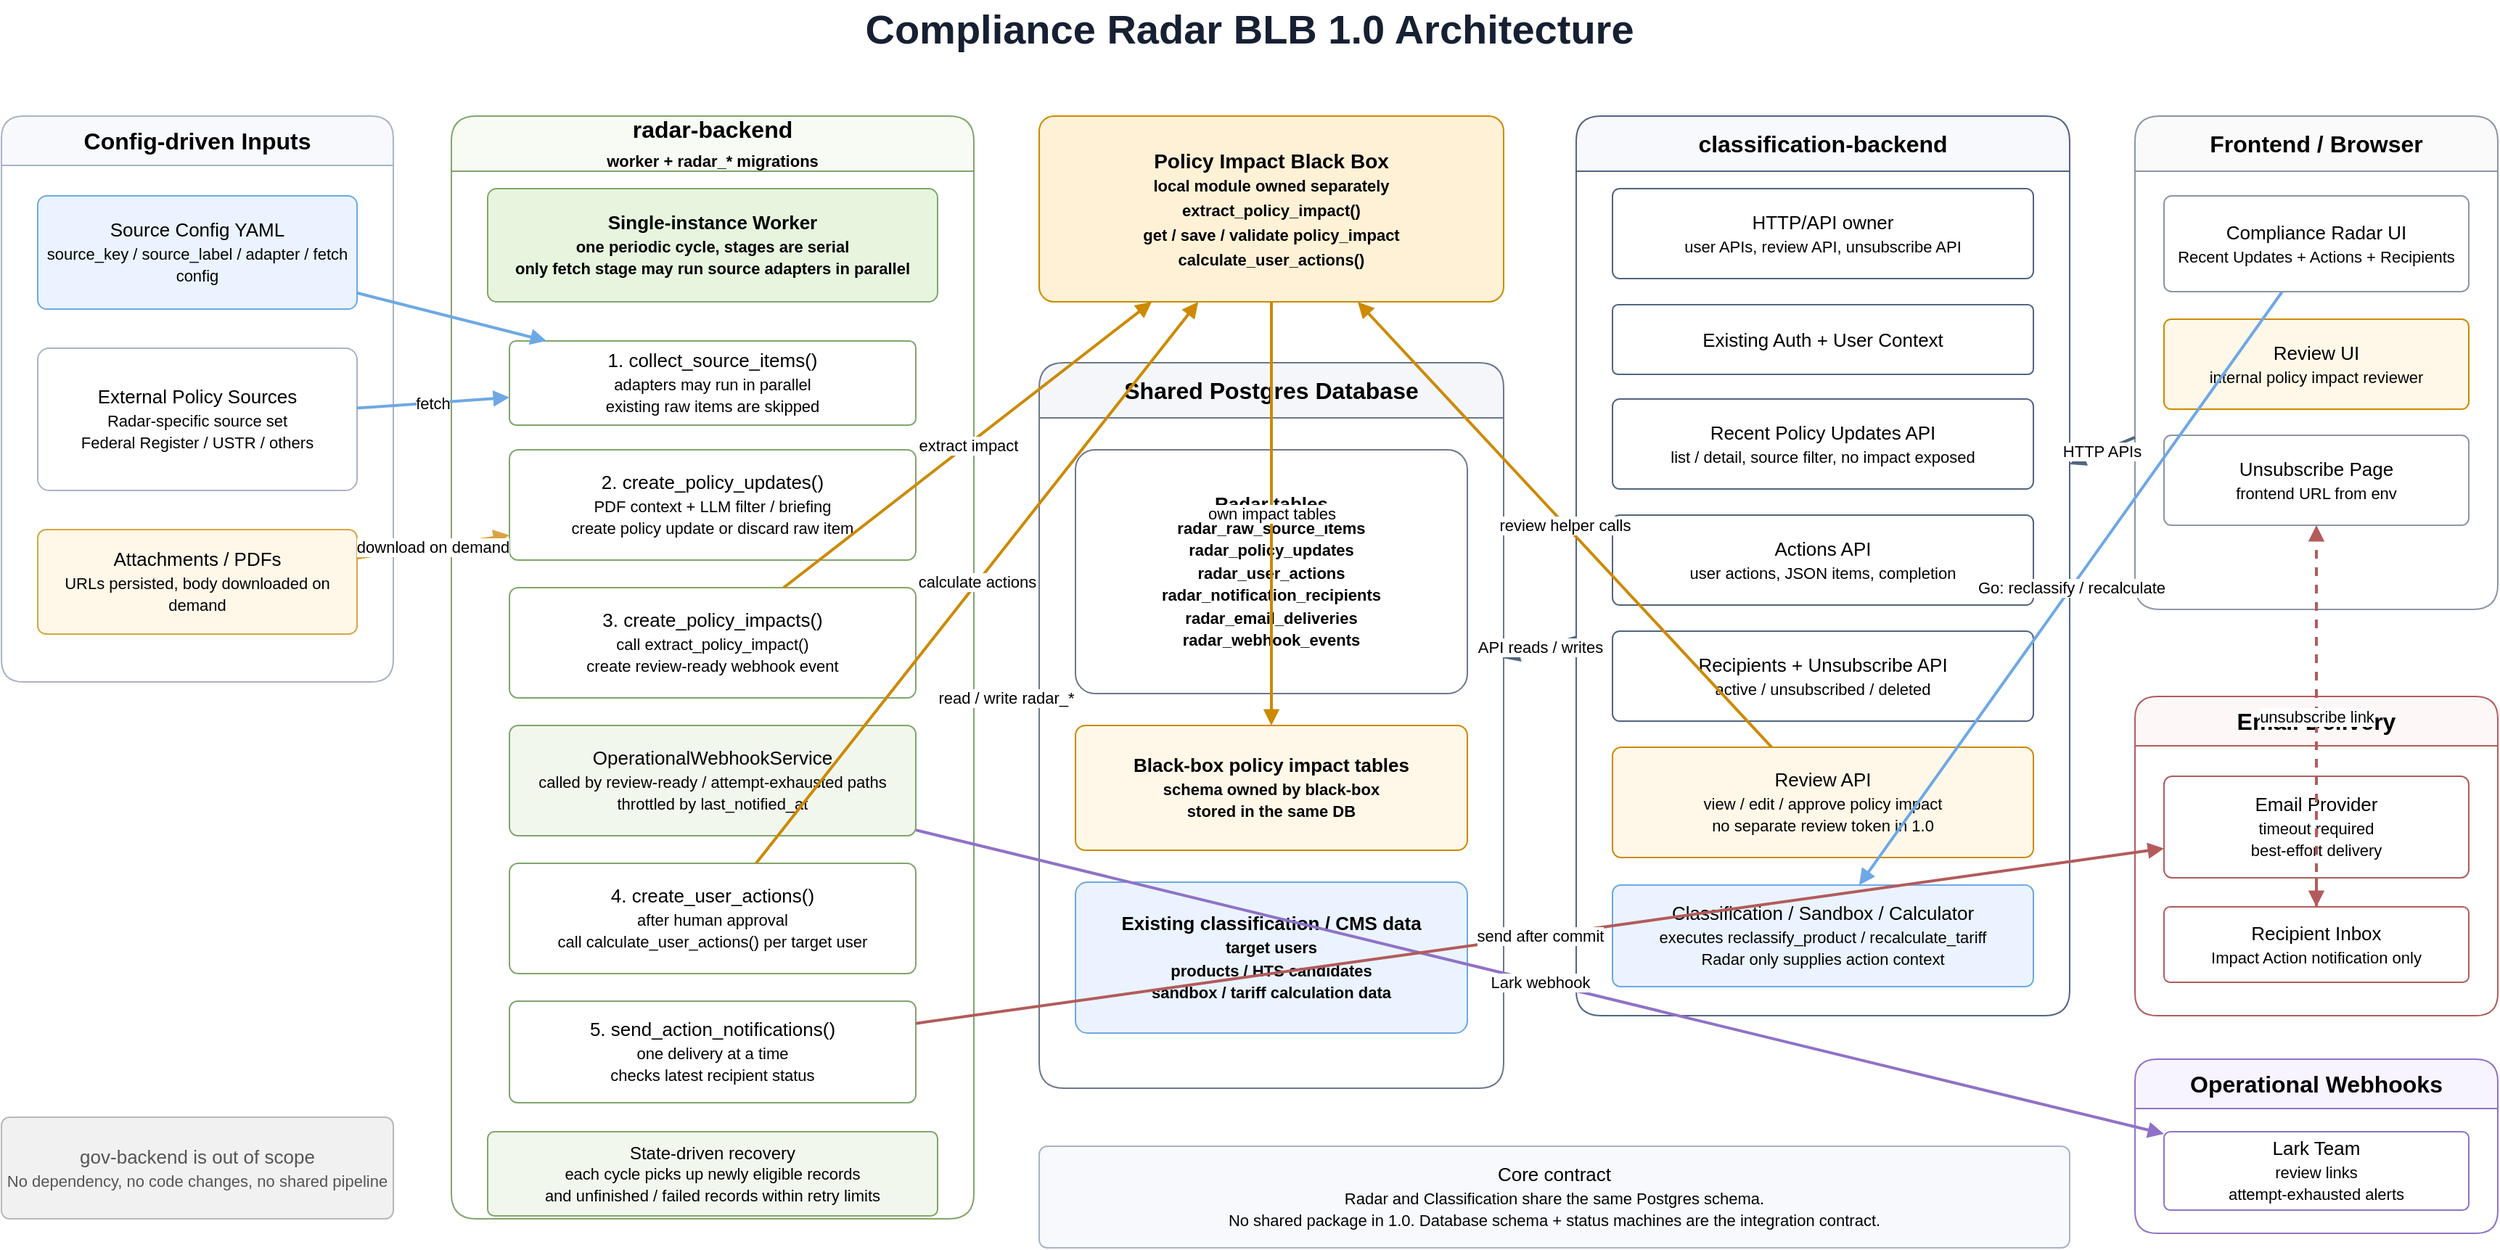
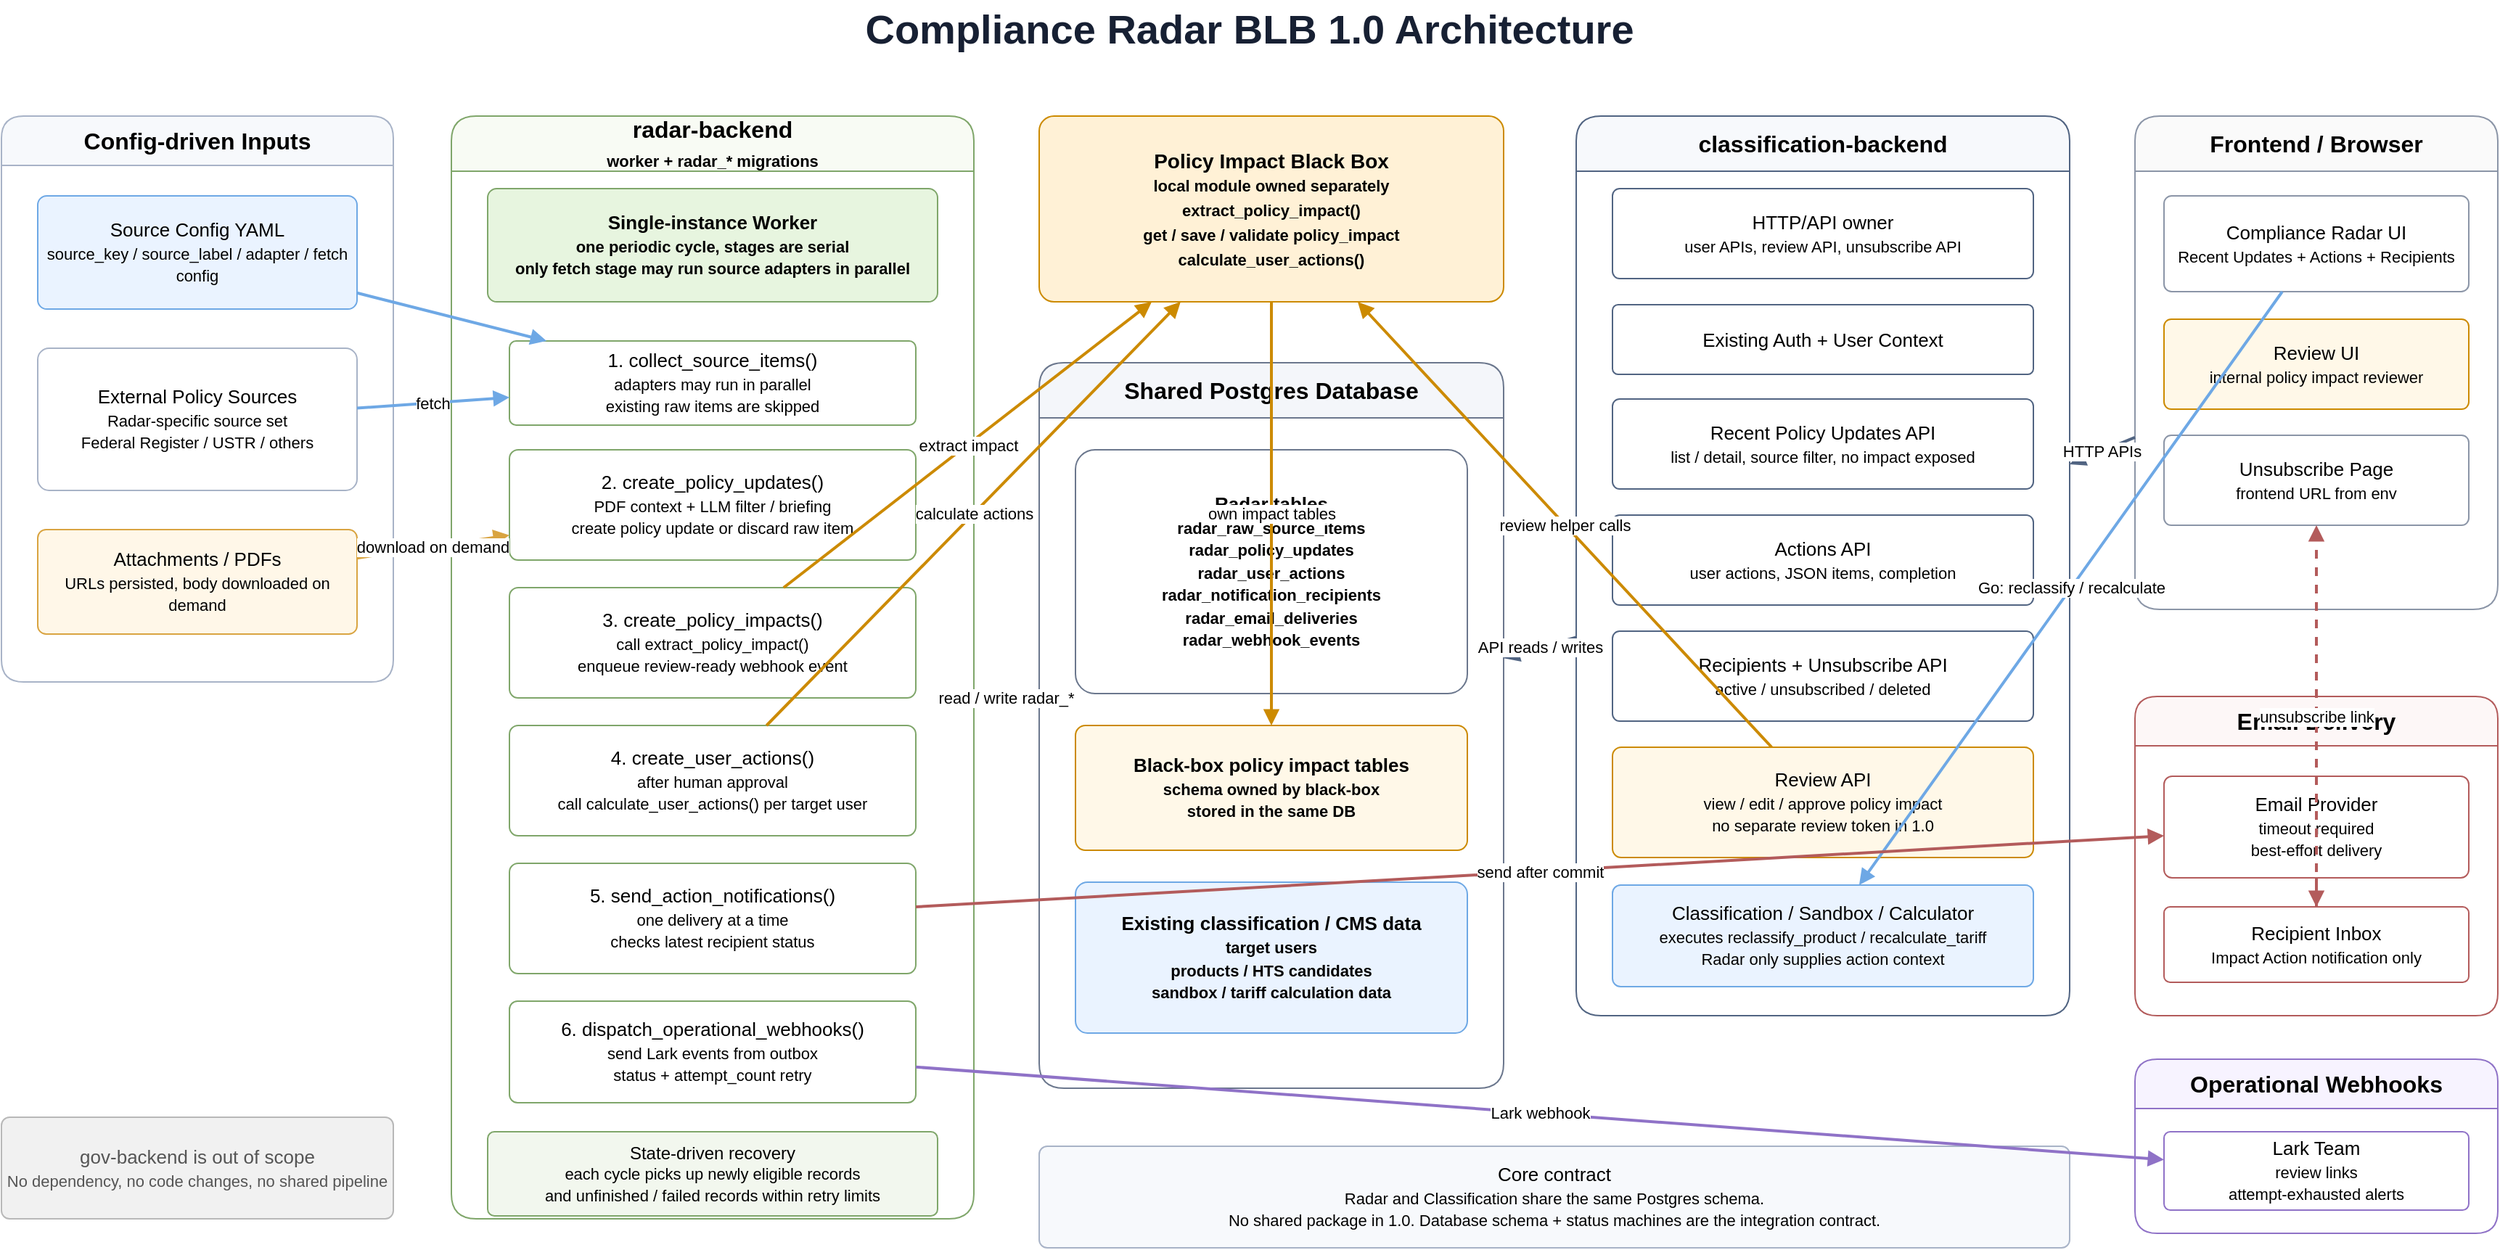
<mxfile host="app.diagrams.net" modified="2026-05-12T00:00:00.000Z" agent="Codex" version="24.7.17" type="device">
  <diagram id="compliance-radar-architecture" name="Compliance Radar Architecture">
    <mxGraphModel dx="1800" dy="1100" grid="1" gridSize="10" guides="1" tooltips="1" connect="1" arrows="1" fold="1" page="1" pageScale="1" pageWidth="1800" pageHeight="1100" math="0" shadow="0">
      <root>
        <mxCell id="0" />
        <mxCell id="1" parent="0" />

        <mxCell id="title" value="Compliance Radar BLB 1.0 Architecture" style="text;html=1;strokeColor=none;fillColor=none;align=center;verticalAlign=middle;whiteSpace=wrap;rounded=0;fontSize=28;fontStyle=1;fontColor=#172033;" vertex="1" parent="1">
          <mxGeometry x="40" y="20" width="1720" height="40" as="geometry" />
        </mxCell>

        <mxCell id="sourcesContainer" value="Config-driven Inputs" style="swimlane;html=1;startSize=34;rounded=1;whiteSpace=wrap;fillColor=#F7F9FC;strokeColor=#A8B3C7;fontSize=16;fontStyle=1;" vertex="1" parent="1">
          <mxGeometry x="40" y="100" width="270" height="390" as="geometry" />
        </mxCell>
        <mxCell id="sourceConfig" value="Source Config YAML&lt;br&gt;&lt;font style=&quot;font-size: 11px;&quot;&gt;source_key / source_label / adapter / fetch config&lt;/font&gt;" style="rounded=1;whiteSpace=wrap;html=1;arcSize=8;fillColor=#EAF3FF;strokeColor=#6EA8E5;fontSize=13;" vertex="1" parent="1">
          <mxGeometry x="65" y="155" width="220" height="78" as="geometry" />
        </mxCell>
        <mxCell id="externalSources" value="External Policy Sources&lt;br&gt;&lt;font style=&quot;font-size: 11px;&quot;&gt;Radar-specific source set&lt;br&gt;Federal Register / USTR / others&lt;/font&gt;" style="rounded=1;whiteSpace=wrap;html=1;arcSize=8;fillColor=#FFFFFF;strokeColor=#A8B3C7;fontSize=13;" vertex="1" parent="1">
          <mxGeometry x="65" y="260" width="220" height="98" as="geometry" />
        </mxCell>
        <mxCell id="attachments" value="Attachments / PDFs&lt;br&gt;&lt;font style=&quot;font-size: 11px;&quot;&gt;URLs persisted, body downloaded on demand&lt;/font&gt;" style="rounded=1;whiteSpace=wrap;html=1;arcSize=8;fillColor=#FFF7E8;strokeColor=#D9A441;fontSize=13;" vertex="1" parent="1">
          <mxGeometry x="65" y="385" width="220" height="72" as="geometry" />
        </mxCell>

        <mxCell id="radarContainer" value="radar-backend&lt;br&gt;&lt;font style=&quot;font-size: 11px;&quot;&gt;worker + radar_* migrations&lt;/font&gt;" style="swimlane;html=1;startSize=38;rounded=1;whiteSpace=wrap;fillColor=#F8FBF4;strokeColor=#7FA66A;fontSize=16;fontStyle=1;" vertex="1" parent="1">
          <mxGeometry x="350" y="100" width="360" height="760" as="geometry" />
        </mxCell>
        <mxCell id="singleWorker" value="Single-instance Worker&lt;br&gt;&lt;font style=&quot;font-size: 11px;&quot;&gt;one periodic cycle, stages are serial&lt;br&gt;only fetch stage may run source adapters in parallel&lt;/font&gt;" style="rounded=1;whiteSpace=wrap;html=1;arcSize=8;fillColor=#E7F5DF;strokeColor=#7FA66A;fontSize=13;fontStyle=1;" vertex="1" parent="1">
          <mxGeometry x="375" y="150" width="310" height="78" as="geometry" />
        </mxCell>
        <mxCell id="stageFetch" value="1. collect_source_items()&lt;br&gt;&lt;font style=&quot;font-size: 11px;&quot;&gt;adapters may run in parallel&lt;br&gt;existing raw items are skipped&lt;/font&gt;" style="rounded=1;whiteSpace=wrap;html=1;arcSize=8;fillColor=#FFFFFF;strokeColor=#7FA66A;fontSize=13;" vertex="1" parent="1">
          <mxGeometry x="390" y="255" width="280" height="58" as="geometry" />
        </mxCell>
        <mxCell id="stagePolicyUpdates" value="2. create_policy_updates()&lt;br&gt;&lt;font style=&quot;font-size: 11px;&quot;&gt;PDF context + LLM filter / briefing&lt;br&gt;create policy update or discard raw item&lt;/font&gt;" style="rounded=1;whiteSpace=wrap;html=1;arcSize=8;fillColor=#FFFFFF;strokeColor=#7FA66A;fontSize=13;" vertex="1" parent="1">
          <mxGeometry x="390" y="330" width="280" height="76" as="geometry" />
        </mxCell>
-         <mxCell id="stageImpacts" value="3. create_policy_impacts()&lt;br&gt;&lt;font style=&quot;font-size: 11px;&quot;&gt;call extract_policy_impact()&lt;br&gt;create review-ready webhook event&lt;/font&gt;" style="rounded=1;whiteSpace=wrap;html=1;arcSize=8;fillColor=#FFFFFF;strokeColor=#7FA66A;fontSize=13;" vertex="1" parent="1">
+         <mxCell id="stageImpacts" value="3. create_policy_impacts()&lt;br&gt;&lt;font style=&quot;font-size: 11px;&quot;&gt;call extract_policy_impact()&lt;br&gt;enqueue review-ready webhook event&lt;/font&gt;" style="rounded=1;whiteSpace=wrap;html=1;arcSize=8;fillColor=#FFFFFF;strokeColor=#7FA66A;fontSize=13;" vertex="1" parent="1">
          <mxGeometry x="390" y="425" width="280" height="76" as="geometry" />
        </mxCell>
-         <mxCell id="stageWebhooks" value="OperationalWebhookService&lt;br&gt;&lt;font style=&quot;font-size: 11px;&quot;&gt;called by review-ready / attempt-exhausted paths&lt;br&gt;throttled by last_notified_at&lt;/font&gt;" style="rounded=1;whiteSpace=wrap;html=1;arcSize=8;fillColor=#F2F7EE;strokeColor=#7FA66A;fontSize=13;" vertex="1" parent="1">
+         <mxCell id="stageActions" value="4. create_user_actions()&lt;br&gt;&lt;font style=&quot;font-size: 11px;&quot;&gt;after human approval&lt;br&gt;call calculate_user_actions() per target user&lt;/font&gt;" style="rounded=1;whiteSpace=wrap;html=1;arcSize=8;fillColor=#FFFFFF;strokeColor=#7FA66A;fontSize=13;" vertex="1" parent="1">
          <mxGeometry x="390" y="520" width="280" height="76" as="geometry" />
        </mxCell>
-         <mxCell id="stageActions" value="4. create_user_actions()&lt;br&gt;&lt;font style=&quot;font-size: 11px;&quot;&gt;after human approval&lt;br&gt;call calculate_user_actions() per target user&lt;/font&gt;" style="rounded=1;whiteSpace=wrap;html=1;arcSize=8;fillColor=#FFFFFF;strokeColor=#7FA66A;fontSize=13;" vertex="1" parent="1">
+         <mxCell id="stageEmail" value="5. send_action_notifications()&lt;br&gt;&lt;font style=&quot;font-size: 11px;&quot;&gt;one delivery at a time&lt;br&gt;checks latest recipient status&lt;/font&gt;" style="rounded=1;whiteSpace=wrap;html=1;arcSize=8;fillColor=#FFFFFF;strokeColor=#7FA66A;fontSize=13;" vertex="1" parent="1">
          <mxGeometry x="390" y="615" width="280" height="76" as="geometry" />
        </mxCell>
-         <mxCell id="stageEmail" value="5. send_action_notifications()&lt;br&gt;&lt;font style=&quot;font-size: 11px;&quot;&gt;one delivery at a time&lt;br&gt;checks latest recipient status&lt;/font&gt;" style="rounded=1;whiteSpace=wrap;html=1;arcSize=8;fillColor=#FFFFFF;strokeColor=#7FA66A;fontSize=13;" vertex="1" parent="1">
+         <mxCell id="stageWebhooks" value="6. dispatch_operational_webhooks()&lt;br&gt;&lt;font style=&quot;font-size: 11px;&quot;&gt;send Lark events from outbox&lt;br&gt;status + attempt_count retry&lt;/font&gt;" style="rounded=1;whiteSpace=wrap;html=1;arcSize=8;fillColor=#FFFFFF;strokeColor=#7FA66A;fontSize=13;" vertex="1" parent="1">
          <mxGeometry x="390" y="710" width="280" height="70" as="geometry" />
        </mxCell>
        <mxCell id="stateDrivenRecovery" value="State-driven recovery&lt;br&gt;&lt;font style=&quot;font-size: 11px;&quot;&gt;each cycle picks up newly eligible records&lt;br&gt;and unfinished / failed records within retry limits&lt;/font&gt;" style="rounded=1;whiteSpace=wrap;html=1;arcSize=8;fillColor=#F2F7EE;strokeColor=#7FA66A;fontSize=12;" vertex="1" parent="1">
          <mxGeometry x="375" y="800" width="310" height="58" as="geometry" />
        </mxCell>

        <mxCell id="blackbox" value="Policy Impact Black Box&lt;br&gt;&lt;font style=&quot;font-size: 11px;&quot;&gt;local module owned separately&lt;br&gt;extract_policy_impact()&lt;br&gt;get / save / validate policy_impact&lt;br&gt;calculate_user_actions()&lt;/font&gt;" style="rounded=1;whiteSpace=wrap;html=1;arcSize=8;fillColor=#FFF1D6;strokeColor=#CC8A00;fontSize=14;fontStyle=1;" vertex="1" parent="1">
          <mxGeometry x="755" y="100" width="320" height="128" as="geometry" />
        </mxCell>

        <mxCell id="dbContainer" value="Shared Postgres Database" style="swimlane;html=1;startSize=38;rounded=1;whiteSpace=wrap;fillColor=#F4F6FA;strokeColor=#6B778D;fontSize=16;fontStyle=1;" vertex="1" parent="1">
          <mxGeometry x="755" y="270" width="320" height="500" as="geometry" />
        </mxCell>
        <mxCell id="radarTables" value="Radar tables&lt;br&gt;&lt;font style=&quot;font-size: 11px;&quot;&gt;radar_raw_source_items&lt;br&gt;radar_policy_updates&lt;br&gt;radar_user_actions&lt;br&gt;radar_notification_recipients&lt;br&gt;radar_email_deliveries&lt;br&gt;radar_webhook_events&lt;/font&gt;" style="rounded=1;whiteSpace=wrap;html=1;arcSize=8;fillColor=#FFFFFF;strokeColor=#6B778D;fontSize=13;fontStyle=1;" vertex="1" parent="1">
          <mxGeometry x="780" y="330" width="270" height="168" as="geometry" />
        </mxCell>
        <mxCell id="impactTables" value="Black-box policy impact tables&lt;br&gt;&lt;font style=&quot;font-size: 11px;&quot;&gt;schema owned by black-box&lt;br&gt;stored in the same DB&lt;/font&gt;" style="rounded=1;whiteSpace=wrap;html=1;arcSize=8;fillColor=#FFF8E8;strokeColor=#CC8A00;fontSize=13;fontStyle=1;" vertex="1" parent="1">
          <mxGeometry x="780" y="520" width="270" height="86" as="geometry" />
        </mxCell>
        <mxCell id="classificationTables" value="Existing classification / CMS data&lt;br&gt;&lt;font style=&quot;font-size: 11px;&quot;&gt;target users&lt;br&gt;products / HTS candidates&lt;br&gt;sandbox / tariff calculation data&lt;/font&gt;" style="rounded=1;whiteSpace=wrap;html=1;arcSize=8;fillColor=#EAF3FF;strokeColor=#6EA8E5;fontSize=13;fontStyle=1;" vertex="1" parent="1">
          <mxGeometry x="780" y="628" width="270" height="104" as="geometry" />
        </mxCell>

        <mxCell id="classificationContainer" value="classification-backend" style="swimlane;html=1;startSize=38;rounded=1;whiteSpace=wrap;fillColor=#F7F9FC;strokeColor=#516482;fontSize=16;fontStyle=1;" vertex="1" parent="1">
          <mxGeometry x="1125" y="100" width="340" height="620" as="geometry" />
        </mxCell>
        <mxCell id="migrationOwner" value="HTTP/API owner&lt;br&gt;&lt;font style=&quot;font-size: 11px;&quot;&gt;user APIs, review API, unsubscribe API&lt;/font&gt;" style="rounded=1;whiteSpace=wrap;html=1;arcSize=8;fillColor=#FFFFFF;strokeColor=#516482;fontSize=13;" vertex="1" parent="1">
          <mxGeometry x="1150" y="150" width="290" height="62" as="geometry" />
        </mxCell>
        <mxCell id="authApi" value="Existing Auth + User Context" style="rounded=1;whiteSpace=wrap;html=1;arcSize=8;fillColor=#FFFFFF;strokeColor=#516482;fontSize=13;" vertex="1" parent="1">
          <mxGeometry x="1150" y="230" width="290" height="48" as="geometry" />
        </mxCell>
        <mxCell id="recentApi" value="Recent Policy Updates API&lt;br&gt;&lt;font style=&quot;font-size: 11px;&quot;&gt;list / detail, source filter, no impact exposed&lt;/font&gt;" style="rounded=1;whiteSpace=wrap;html=1;arcSize=8;fillColor=#FFFFFF;strokeColor=#516482;fontSize=13;" vertex="1" parent="1">
          <mxGeometry x="1150" y="295" width="290" height="62" as="geometry" />
        </mxCell>
        <mxCell id="actionApi" value="Actions API&lt;br&gt;&lt;font style=&quot;font-size: 11px;&quot;&gt;user actions, JSON items, completion&lt;/font&gt;" style="rounded=1;whiteSpace=wrap;html=1;arcSize=8;fillColor=#FFFFFF;strokeColor=#516482;fontSize=13;" vertex="1" parent="1">
          <mxGeometry x="1150" y="375" width="290" height="62" as="geometry" />
        </mxCell>
        <mxCell id="recipientApi" value="Recipients + Unsubscribe API&lt;br&gt;&lt;font style=&quot;font-size: 11px;&quot;&gt;active / unsubscribed / deleted&lt;/font&gt;" style="rounded=1;whiteSpace=wrap;html=1;arcSize=8;fillColor=#FFFFFF;strokeColor=#516482;fontSize=13;" vertex="1" parent="1">
          <mxGeometry x="1150" y="455" width="290" height="62" as="geometry" />
        </mxCell>
        <mxCell id="reviewApi" value="Review API&lt;br&gt;&lt;font style=&quot;font-size: 11px;&quot;&gt;view / edit / approve policy impact&lt;br&gt;no separate review token in 1.0&lt;/font&gt;" style="rounded=1;whiteSpace=wrap;html=1;arcSize=8;fillColor=#FFF8E8;strokeColor=#CC8A00;fontSize=13;" vertex="1" parent="1">
          <mxGeometry x="1150" y="535" width="290" height="76" as="geometry" />
        </mxCell>
        <mxCell id="executionApi" value="Classification / Sandbox / Calculator&lt;br&gt;&lt;font style=&quot;font-size: 11px;&quot;&gt;executes reclassify_product / recalculate_tariff&lt;br&gt;Radar only supplies action context&lt;/font&gt;" style="rounded=1;whiteSpace=wrap;html=1;arcSize=8;fillColor=#EAF3FF;strokeColor=#6EA8E5;fontSize=13;" vertex="1" parent="1">
          <mxGeometry x="1150" y="630" width="290" height="70" as="geometry" />
        </mxCell>

        <mxCell id="frontendContainer" value="Frontend / Browser" style="swimlane;html=1;startSize=38;rounded=1;whiteSpace=wrap;fillColor=#FAFAFA;strokeColor=#8B95A7;fontSize=16;fontStyle=1;" vertex="1" parent="1">
          <mxGeometry x="1510" y="100" width="250" height="340" as="geometry" />
        </mxCell>
        <mxCell id="radarUi" value="Compliance Radar UI&lt;br&gt;&lt;font style=&quot;font-size: 11px;&quot;&gt;Recent Updates + Actions + Recipients&lt;/font&gt;" style="rounded=1;whiteSpace=wrap;html=1;arcSize=8;fillColor=#FFFFFF;strokeColor=#8B95A7;fontSize=13;" vertex="1" parent="1">
          <mxGeometry x="1530" y="155" width="210" height="66" as="geometry" />
        </mxCell>
        <mxCell id="reviewUi" value="Review UI&lt;br&gt;&lt;font style=&quot;font-size: 11px;&quot;&gt;internal policy impact reviewer&lt;/font&gt;" style="rounded=1;whiteSpace=wrap;html=1;arcSize=8;fillColor=#FFF8E8;strokeColor=#CC8A00;fontSize=13;" vertex="1" parent="1">
          <mxGeometry x="1530" y="240" width="210" height="62" as="geometry" />
        </mxCell>
        <mxCell id="unsubscribePage" value="Unsubscribe Page&lt;br&gt;&lt;font style=&quot;font-size: 11px;&quot;&gt;frontend URL from env&lt;/font&gt;" style="rounded=1;whiteSpace=wrap;html=1;arcSize=8;fillColor=#FFFFFF;strokeColor=#8B95A7;fontSize=13;" vertex="1" parent="1">
          <mxGeometry x="1530" y="320" width="210" height="62" as="geometry" />
        </mxCell>

        <mxCell id="emailContainer" value="Email Delivery" style="swimlane;html=1;startSize=34;rounded=1;whiteSpace=wrap;fillColor=#FDF7F7;strokeColor=#B35B5B;fontSize=16;fontStyle=1;" vertex="1" parent="1">
          <mxGeometry x="1510" y="500" width="250" height="220" as="geometry" />
        </mxCell>
        <mxCell id="emailProvider" value="Email Provider&lt;br&gt;&lt;font style=&quot;font-size: 11px;&quot;&gt;timeout required&lt;br&gt;best-effort delivery&lt;/font&gt;" style="rounded=1;whiteSpace=wrap;html=1;arcSize=8;fillColor=#FFFFFF;strokeColor=#B35B5B;fontSize=13;" vertex="1" parent="1">
          <mxGeometry x="1530" y="555" width="210" height="70" as="geometry" />
        </mxCell>
        <mxCell id="recipientInbox" value="Recipient Inbox&lt;br&gt;&lt;font style=&quot;font-size: 11px;&quot;&gt;Impact Action notification only&lt;/font&gt;" style="rounded=1;whiteSpace=wrap;html=1;arcSize=8;fillColor=#FFFFFF;strokeColor=#B35B5B;fontSize=13;" vertex="1" parent="1">
          <mxGeometry x="1530" y="645" width="210" height="52" as="geometry" />
        </mxCell>

        <mxCell id="opsContainer" value="Operational Webhooks" style="swimlane;html=1;startSize=34;rounded=1;whiteSpace=wrap;fillColor=#F7F3FF;strokeColor=#8F72C7;fontSize=16;fontStyle=1;" vertex="1" parent="1">
          <mxGeometry x="1510" y="750" width="250" height="120" as="geometry" />
        </mxCell>
        <mxCell id="larkTeam" value="Lark Team&lt;br&gt;&lt;font style=&quot;font-size: 11px;&quot;&gt;review links&lt;br&gt;attempt-exhausted alerts&lt;/font&gt;" style="rounded=1;whiteSpace=wrap;html=1;arcSize=8;fillColor=#FFFFFF;strokeColor=#8F72C7;fontSize=13;" vertex="1" parent="1">
          <mxGeometry x="1530" y="800" width="210" height="54" as="geometry" />
        </mxCell>

        <mxCell id="notGov" value="gov-backend is out of scope&lt;br&gt;&lt;font style=&quot;font-size: 11px;&quot;&gt;No dependency, no code changes, no shared pipeline&lt;/font&gt;" style="rounded=1;whiteSpace=wrap;html=1;arcSize=8;fillColor=#F1F1F1;strokeColor=#B8B8B8;fontSize=13;fontColor=#555555;" vertex="1" parent="1">
          <mxGeometry x="40" y="790" width="270" height="70" as="geometry" />
        </mxCell>

        <mxCell id="legend" value="Core contract&lt;br&gt;&lt;font style=&quot;font-size: 11px;&quot;&gt;Radar and Classification share the same Postgres schema.&lt;br&gt;No shared package in 1.0. Database schema + status machines are the integration contract.&lt;/font&gt;" style="rounded=1;whiteSpace=wrap;html=1;arcSize=8;fillColor=#F7F9FC;strokeColor=#A8B3C7;fontSize=13;" vertex="1" parent="1">
          <mxGeometry x="755" y="810" width="710" height="70" as="geometry" />
        </mxCell>

        <mxCell id="eConfigFetch" value="" style="endArrow=block;html=1;rounded=0;strokeWidth=2;strokeColor=#6EA8E5;" edge="1" parent="1" source="sourceConfig" target="stageFetch">
          <mxGeometry relative="1" as="geometry" />
        </mxCell>
        <mxCell id="eSourcesFetch" value="fetch" style="endArrow=block;html=1;rounded=0;strokeWidth=2;strokeColor=#6EA8E5;fontSize=11;" edge="1" parent="1" source="externalSources" target="stageFetch">
          <mxGeometry relative="1" as="geometry" />
        </mxCell>
        <mxCell id="ePdfsProcess" value="download on demand" style="endArrow=block;html=1;rounded=0;strokeWidth=2;strokeColor=#D9A441;fontSize=11;" edge="1" parent="1" source="attachments" target="stagePolicyUpdates">
          <mxGeometry relative="1" as="geometry" />
        </mxCell>

        <mxCell id="eWorkerDb" value="read / write radar_*" style="endArrow=block;html=1;rounded=0;strokeWidth=2;strokeColor=#5B7F4D;fontSize=11;" edge="1" parent="1" source="radarContainer" target="dbContainer">
          <mxGeometry relative="1" as="geometry" />
        </mxCell>
        <mxCell id="eWorkerBlackbox" value="extract impact" style="endArrow=block;html=1;rounded=0;strokeWidth=2;strokeColor=#CC8A00;fontSize=11;" edge="1" parent="1" source="stageImpacts" target="blackbox">
          <mxGeometry relative="1" as="geometry" />
        </mxCell>
        <mxCell id="eActionsBlackbox" value="calculate actions" style="endArrow=block;html=1;rounded=0;strokeWidth=2;strokeColor=#CC8A00;fontSize=11;" edge="1" parent="1" source="stageActions" target="blackbox">
          <mxGeometry relative="1" as="geometry">
            <mxPoint x="725" y="615" as="targetPoint" />
          </mxGeometry>
        </mxCell>
        <mxCell id="eOpsWebhook" value="Lark webhook" style="endArrow=block;html=1;rounded=0;strokeWidth=2;strokeColor=#8F72C7;fontSize=11;" edge="1" parent="1" source="stageWebhooks" target="larkTeam">
          <mxGeometry relative="1" as="geometry" />
        </mxCell>
        <mxCell id="eBlackboxDb" value="own impact tables" style="endArrow=block;html=1;rounded=0;strokeWidth=2;strokeColor=#CC8A00;fontSize=11;" edge="1" parent="1" source="blackbox" target="impactTables">
          <mxGeometry relative="1" as="geometry" />
        </mxCell>

        <mxCell id="eClassDb" value="API reads / writes" style="endArrow=block;html=1;rounded=0;strokeWidth=2;strokeColor=#516482;fontSize=11;" edge="1" parent="1" source="classificationContainer" target="dbContainer">
          <mxGeometry relative="1" as="geometry" />
        </mxCell>
        <mxCell id="eReviewBlackbox" value="review helper calls" style="endArrow=block;html=1;rounded=0;strokeWidth=2;strokeColor=#CC8A00;fontSize=11;" edge="1" parent="1" source="reviewApi" target="blackbox">
          <mxGeometry relative="1" as="geometry" />
        </mxCell>

        <mxCell id="eFrontendBackend" value="HTTP APIs" style="endArrow=block;html=1;rounded=0;strokeWidth=2;strokeColor=#516482;fontSize=11;" edge="1" parent="1" source="frontendContainer" target="classificationContainer">
          <mxGeometry relative="1" as="geometry" />
        </mxCell>
        <mxCell id="eGoExecute" value="Go: reclassify / recalculate" style="endArrow=block;html=1;rounded=0;strokeWidth=2;strokeColor=#6EA8E5;fontSize=11;" edge="1" parent="1" source="radarUi" target="executionApi">
          <mxGeometry relative="1" as="geometry" />
        </mxCell>
        <mxCell id="eEmailProvider" value="send after commit" style="endArrow=block;html=1;rounded=0;strokeWidth=2;strokeColor=#B35B5B;fontSize=11;" edge="1" parent="1" source="stageEmail" target="emailProvider">
          <mxGeometry relative="1" as="geometry" />
        </mxCell>
        <mxCell id="eProviderInbox" value="" style="endArrow=block;html=1;rounded=0;strokeWidth=2;strokeColor=#B35B5B;" edge="1" parent="1" source="emailProvider" target="recipientInbox">
          <mxGeometry relative="1" as="geometry" />
        </mxCell>
        <mxCell id="eUnsubscribe" value="unsubscribe link" style="endArrow=block;html=1;rounded=0;strokeWidth=2;strokeColor=#B35B5B;fontSize=11;dashed=1;" edge="1" parent="1" source="recipientInbox" target="unsubscribePage">
          <mxGeometry relative="1" as="geometry" />
        </mxCell>
      </root>
    </mxGraphModel>
  </diagram>
</mxfile>
